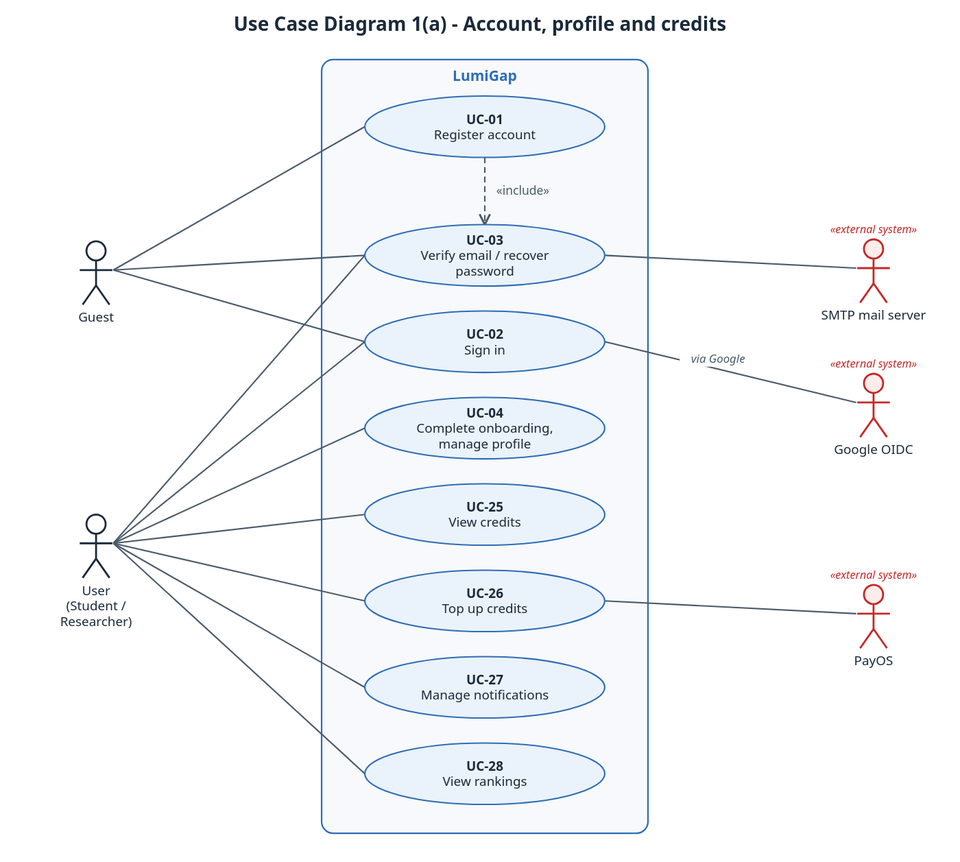
This is docs/diagrams/report3/R3_UseCase_1a_Account_Credits.svg from Khoa-Hoa-Technology-Solution-Company/lumi-gap, a PlantUML export, as it was before one commit. Its source is kept beside it as docs/diagrams/report3/R3_UseCase_1a_Account_Credits.puml. Source of this version:
```plantuml
@startuml
!pragma layout smetana
skinparam dpi 150
skinparam defaultFontName "Segoe UI"
skinparam defaultFontSize 13
skinparam shadowing false
skinparam roundCorner 10
skinparam ArrowColor #4A5A6A
skinparam ArrowThickness 1.2
skinparam BorderColor #2F6DB5
skinparam BackgroundColor #FFFFFF
skinparam TitleFontSize 16
skinparam TitleFontStyle bold
skinparam usecase {
  BackgroundColor #EAF2FB
  BorderColor #2F6DB5
}
skinparam actor {
  BackgroundColor #FFFFFF
  BorderColor #1B2A3A
}
skinparam entity {
  BackgroundColor #F7FAFD
  BorderColor #2F6DB5
}
skinparam rectangle {
  BackgroundColor #F7F9FC
  BorderColor #2F6DB5
}
skinparam actorStyle awesome
skinparam actor<<System>> {
  BackgroundColor #FDECEA
  BorderColor #C62828
}
left to right direction
title Use Case Diagram 1(a) - Account, profile and credits
actor "Guest" as G
actor "User\n(Student / Researcher)" as U
actor "Google OIDC" as GO <<System>>
actor "SMTP mail server" as SM <<System>>
actor "PayOS" as PO <<System>>
rectangle "LumiGap" {
  usecase "UC-01\nRegister account" as UC01
  usecase "UC-03\nVerify email / recover password" as UC03
  usecase "UC-02\nSign in" as UC02
  usecase "UC-04\nComplete onboarding, manage profile" as UC04
  usecase "UC-25\nView credits" as UC25
  usecase "UC-26\nTop up credits" as UC26
  usecase "UC-27\nManage notifications" as UC27
  usecase "UC-28\nView rankings" as UC28
}
G -- UC01
G -- UC03
G -- UC02
U -- UC03
U -- UC02
U -- UC04
U -- UC25
U -- UC26
U -- UC27
U -- UC28
UC02 -- GO : via Google
UC03 -- SM
UC26 -- PO
UC01 .> UC03 : <<include>>
@enduml
```
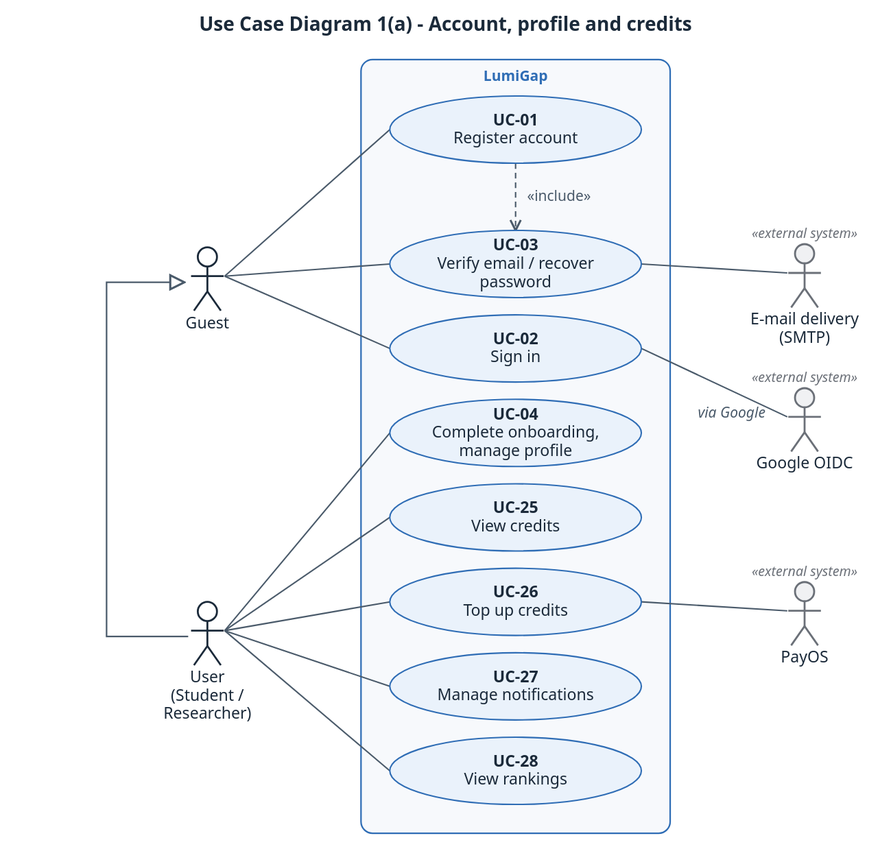
The same file after the commit.

What changed in the source:
```diff
@@ -28,17 +28,17 @@
   BorderColor #2F6DB5
 }
 skinparam actorStyle awesome
-skinparam actor<<System>> {
-  BackgroundColor #FDECEA
-  BorderColor #C62828
+skinparam actor<<external system>> {
+  BackgroundColor #F0F1F3
+  BorderColor #8A8F98
 }
 left to right direction
 title Use Case Diagram 1(a) - Account, profile and credits
 actor "Guest" as G
 actor "User\n(Student / Researcher)" as U
-actor "Google OIDC" as GO <<System>>
-actor "SMTP mail server" as SM <<System>>
-actor "PayOS" as PO <<System>>
+actor "Google OIDC" as GO <<external system>>
+actor "E-mail delivery (SMTP)" as SM <<external system>>
+actor "PayOS" as PO <<external system>>
 rectangle "LumiGap" {
   usecase "UC-01\nRegister account" as UC01
   usecase "UC-03\nVerify email / recover password" as UC03
@@ -49,11 +49,10 @@
   usecase "UC-27\nManage notifications" as UC27
   usecase "UC-28\nView rankings" as UC28
 }
+U --|> G
 G -- UC01
 G -- UC03
 G -- UC02
-U -- UC03
-U -- UC02
 U -- UC04
 U -- UC25
 U -- UC26
```
